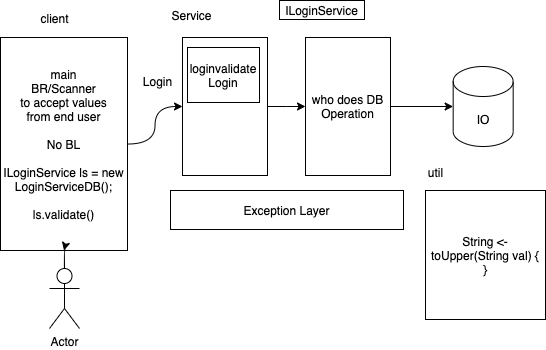
adithnaveen/sapient-freshers-aem-oct-2021 keeps this draw.io diagram as images/day8.drawio.png. Above is the earlier version. Source tidied: cells renumbered, new cells last; positions are measured from the earlier drawing's top-left corner, leaving out a move shared by most shapes. The source it was exported from:
```xml
<mxGraphModel>
  <root>
    <mxCell id="0" />
    <mxCell id="1" parent="0" />
    <mxCell id="2" style="edgeStyle=orthogonalEdgeStyle;curved=1;rounded=0;jettySize=auto;html=1;entryX=0;entryY=0.5;entryDx=0;entryDy=0;" parent="1" edge="1" source="3" target="6">
      <mxGeometry relative="1" as="geometry" />
    </mxCell>
    <mxCell id="3" value="main&lt;br&gt;BR/Scanner&lt;br&gt;to accept values&lt;br&gt;from end user&lt;br&gt;&lt;br&gt;No BL&lt;br&gt;&lt;br&gt;ILoginService ls = new LoginServiceDB();&lt;br&gt;&lt;br&gt;ls.validate()" style="rounded=0;whiteSpace=wrap;html=1;" parent="1" vertex="1">
      <mxGeometry y="37" width="127" height="213" as="geometry" />
    </mxCell>
    <mxCell id="4" value="client" style="text;html=1;align=center;verticalAlign=middle;strokeColor=none;" parent="1" vertex="1">
      <mxGeometry x="35" y="9" width="38" height="18" as="geometry" />
    </mxCell>
    <mxCell id="5" style="edgeStyle=orthogonalEdgeStyle;curved=1;rounded=0;jettySize=auto;html=1;entryX=0;entryY=0.5;entryDx=0;entryDy=0;" parent="1" edge="1" source="6" target="15">
      <mxGeometry relative="1" as="geometry" />
    </mxCell>
    <mxCell id="6" style="rounded=0;whiteSpace=wrap;html=1;" parent="1" vertex="1">
      <mxGeometry x="182" y="37" width="85" height="138" as="geometry" />
    </mxCell>
    <mxCell id="7" style="edgeStyle=orthogonalEdgeStyle;rounded=0;jettySize=auto;html=1;entryX=0.5;entryY=1;entryDx=0;entryDy=0;curved=1;" parent="1" edge="1" source="8" target="3">
      <mxGeometry relative="1" as="geometry" />
    </mxCell>
    <mxCell id="8" value="Actor" style="shape=umlActor;verticalLabelPosition=bottom;verticalAlign=top;html=1;outlineConnect=0;" parent="1" vertex="1">
      <mxGeometry x="49" y="268" width="30" height="60" as="geometry" />
    </mxCell>
    <mxCell id="9" value="Service" style="text;html=1;align=center;verticalAlign=middle;strokeColor=none;" parent="1" vertex="1">
      <mxGeometry x="166" y="6" width="50" height="18" as="geometry" />
    </mxCell>
    <mxCell id="10" value="Login" style="text;html=1;align=center;verticalAlign=middle;strokeColor=none;" parent="1" vertex="1">
      <mxGeometry x="137" y="72" width="39" height="18" as="geometry" />
    </mxCell>
    <mxCell id="11" value="loginvalidate&lt;br&gt;Login" style="rounded=0;whiteSpace=wrap;html=1;" parent="1" vertex="1">
      <mxGeometry x="187" y="47" width="72" height="55" as="geometry" />
    </mxCell>
    <mxCell id="12" value="Exception Layer" style="rounded=0;whiteSpace=wrap;html=1;" parent="1" vertex="1">
      <mxGeometry x="170" y="190" width="233" height="39" as="geometry" />
    </mxCell>
    <mxCell id="13" value="ILoginService" style="rounded=0;whiteSpace=wrap;html=1;" parent="1" vertex="1">
      <mxGeometry x="279" width="85" height="19" as="geometry" />
    </mxCell>
    <mxCell id="14" style="edgeStyle=orthogonalEdgeStyle;curved=1;rounded=0;jettySize=auto;html=1;" parent="1" edge="1" source="15" target="16">
      <mxGeometry relative="1" as="geometry" />
    </mxCell>
    <mxCell id="15" value="who does DB Operation" style="rounded=0;whiteSpace=wrap;html=1;" parent="1" vertex="1">
      <mxGeometry x="305" y="37" width="85" height="138" as="geometry" />
    </mxCell>
    <mxCell id="16" value="IO" style="shape=cylinder3;whiteSpace=wrap;html=1;boundedLbl=1;backgroundOutline=1;size=15;" parent="1" vertex="1">
      <mxGeometry x="452.7" y="66" width="60" height="80" as="geometry" />
    </mxCell>
    <mxCell id="17" value="String &amp;lt;- toUpper(String val) {&lt;br&gt;}" style="rounded=0;whiteSpace=wrap;html=1;" parent="1" vertex="1">
      <mxGeometry x="425" y="190" width="120" height="129" as="geometry" />
    </mxCell>
    <mxCell id="18" value="util" style="text;html=1;align=center;verticalAlign=middle;strokeColor=none;" parent="1" vertex="1">
      <mxGeometry x="422" y="163" width="25" height="18" as="geometry" />
    </mxCell>
  </root>
</mxGraphModel>
```
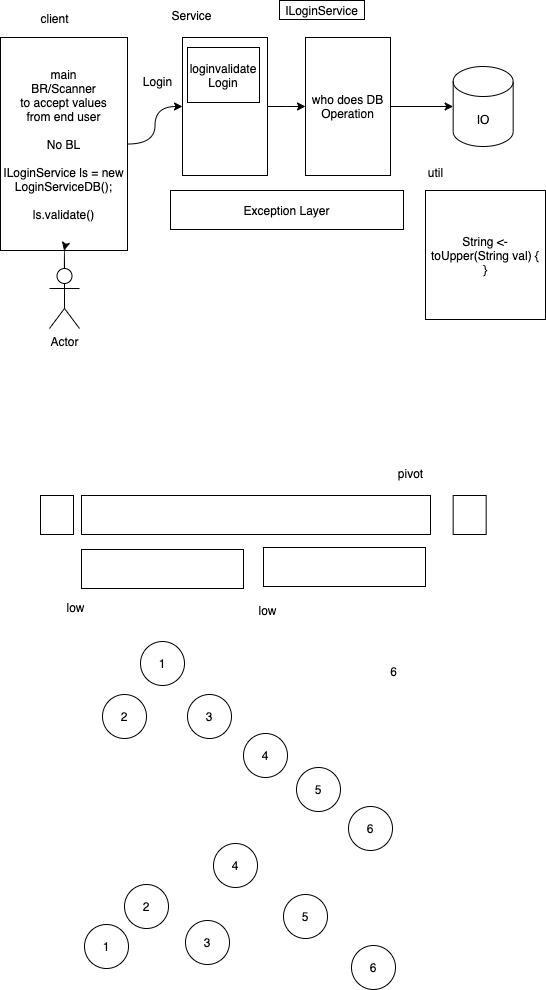
The same diagram one commit later.

Diff of the diagram source:
```diff
@@ -53,5 +53,68 @@
     <mxCell id="18" value="util" style="text;html=1;align=center;verticalAlign=middle;strokeColor=none;" parent="1" vertex="1">
       <mxGeometry x="422" y="163" width="25" height="18" as="geometry" />
     </mxCell>
+    <mxCell id="19" style="rounded=0;whiteSpace=wrap;html=1;" parent="1" vertex="1">
+      <mxGeometry x="81" y="495" width="349" height="39" as="geometry" />
+    </mxCell>
+    <mxCell id="20" style="rounded=0;whiteSpace=wrap;html=1;" parent="1" vertex="1">
+      <mxGeometry x="40" y="495" width="33" height="39" as="geometry" />
+    </mxCell>
+    <mxCell id="21" style="rounded=0;whiteSpace=wrap;html=1;" parent="1" vertex="1">
+      <mxGeometry x="81" y="549" width="162" height="39" as="geometry" />
+    </mxCell>
+    <mxCell id="22" style="rounded=0;whiteSpace=wrap;html=1;" parent="1" vertex="1">
+      <mxGeometry x="263" y="547" width="162" height="39" as="geometry" />
+    </mxCell>
+    <mxCell id="23" value="low" style="text;html=1;align=center;verticalAlign=middle;strokeColor=none;" parent="1" vertex="1">
+      <mxGeometry x="253" y="601" width="28" height="18" as="geometry" />
+    </mxCell>
+    <mxCell id="24" value="low" style="text;html=1;align=center;verticalAlign=middle;strokeColor=none;" parent="1" vertex="1">
+      <mxGeometry x="61" y="598" width="28" height="18" as="geometry" />
+    </mxCell>
+    <mxCell id="25" value="pivot" style="text;html=1;align=center;verticalAlign=middle;strokeColor=none;" parent="1" vertex="1">
+      <mxGeometry x="392" y="464" width="35" height="18" as="geometry" />
+    </mxCell>
+    <mxCell id="26" style="rounded=0;whiteSpace=wrap;html=1;" parent="1" vertex="1">
+      <mxGeometry x="452.7" y="495" width="33" height="39" as="geometry" />
+    </mxCell>
+    <mxCell id="27" value="1" style="ellipse;whiteSpace=wrap;html=1;" parent="1" vertex="1">
+      <mxGeometry x="140" y="641" width="44" height="44" as="geometry" />
+    </mxCell>
+    <mxCell id="28" value="2" style="ellipse;whiteSpace=wrap;html=1;" parent="1" vertex="1">
+      <mxGeometry x="102" y="694" width="44" height="44" as="geometry" />
+    </mxCell>
+    <mxCell id="29" value="3" style="ellipse;whiteSpace=wrap;html=1;" parent="1" vertex="1">
+      <mxGeometry x="187" y="694" width="44" height="44" as="geometry" />
+    </mxCell>
+    <mxCell id="30" value="4" style="ellipse;whiteSpace=wrap;html=1;" parent="1" vertex="1">
+      <mxGeometry x="243" y="733" width="44" height="44" as="geometry" />
+    </mxCell>
+    <mxCell id="31" value="5" style="ellipse;whiteSpace=wrap;html=1;" parent="1" vertex="1">
+      <mxGeometry x="296" y="767" width="44" height="44" as="geometry" />
+    </mxCell>
+    <mxCell id="32" value="6" style="ellipse;whiteSpace=wrap;html=1;" parent="1" vertex="1">
+      <mxGeometry x="348" y="806" width="44" height="44" as="geometry" />
+    </mxCell>
+    <mxCell id="33" value="6" style="text;html=1;align=center;verticalAlign=middle;strokeColor=none;" parent="1" vertex="1">
+      <mxGeometry x="384" y="662" width="17" height="18" as="geometry" />
+    </mxCell>
+    <mxCell id="34" value="4" style="ellipse;whiteSpace=wrap;html=1;" parent="1" vertex="1">
+      <mxGeometry x="213" y="843" width="44" height="44" as="geometry" />
+    </mxCell>
+    <mxCell id="35" value="3" style="ellipse;whiteSpace=wrap;html=1;" parent="1" vertex="1">
+      <mxGeometry x="185" y="920" width="44" height="44" as="geometry" />
+    </mxCell>
+    <mxCell id="36" value="5" style="ellipse;whiteSpace=wrap;html=1;" parent="1" vertex="1">
+      <mxGeometry x="283" y="894" width="44" height="44" as="geometry" />
+    </mxCell>
+    <mxCell id="37" value="2" style="ellipse;whiteSpace=wrap;html=1;" parent="1" vertex="1">
+      <mxGeometry x="124" y="884" width="44" height="44" as="geometry" />
+    </mxCell>
+    <mxCell id="38" value="1" style="ellipse;whiteSpace=wrap;html=1;" parent="1" vertex="1">
+      <mxGeometry x="84" y="924" width="44" height="44" as="geometry" />
+    </mxCell>
+    <mxCell id="39" value="6" style="ellipse;whiteSpace=wrap;html=1;" parent="1" vertex="1">
+      <mxGeometry x="351" y="945" width="44" height="44" as="geometry" />
+    </mxCell>
   </root>
 </mxGraphModel>
```
